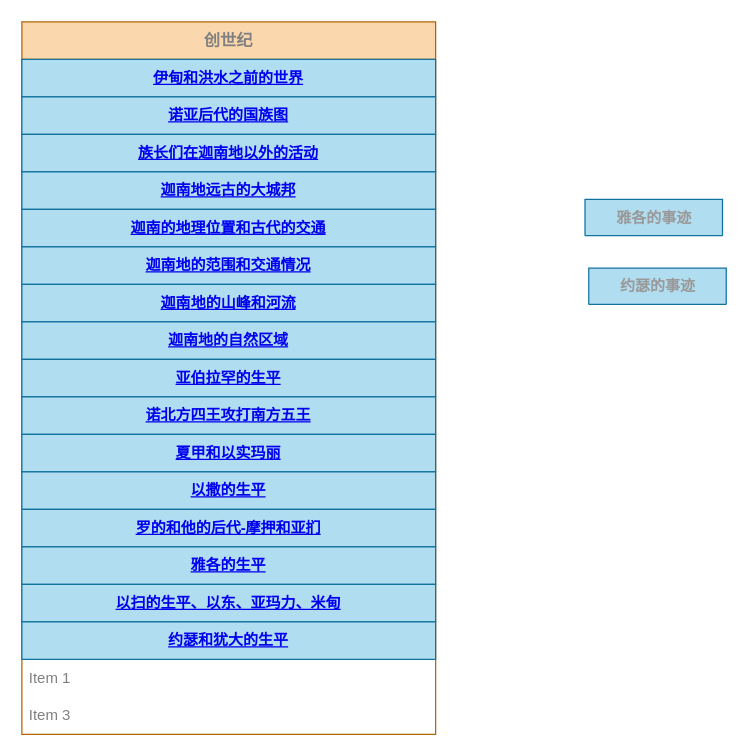
Before: page "第 2 页" (2 of 3) of bible.drawio in ljq199612/diagram, a draw.io diagram. Source tidied: cells renumbered, new cells numbered last; positions are measured from the earlier drawing's top-left corner, leaving out a move shared by most shapes. Both pictures are drawn from the tidied source at 125%, with x=0, y=0 at pixel (21, 21).
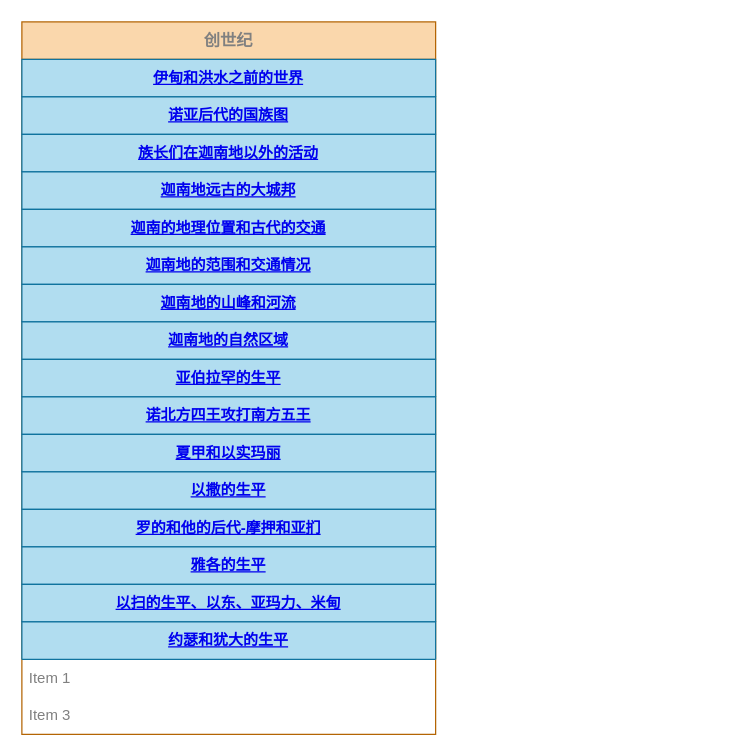
The same diagram, later.

What changed in the source:
```diff
@@
-    <mxCell id="21" value="&lt;font color=&quot;#999999&quot;&gt;雅各的事迹&lt;/font&gt;" style="swimlane;whiteSpace=wrap;html=1;fillColor=#b1ddf0;strokeColor=#10739e;swimlaneFillColor=#FFFFFF;startSize=30;shadow=0;" parent="1" vertex="1" collapsed="1">
-      <mxGeometry x="450.5" y="142" width="110" height="29" as="geometry" />
-    </mxCell>
-    <mxCell id="22" value="&lt;font color=&quot;#999999&quot;&gt;约瑟的事迹&lt;/font&gt;" style="swimlane;whiteSpace=wrap;html=1;fillColor=#b1ddf0;strokeColor=#10739e;swimlaneFillColor=#FFFFFF;startSize=30;shadow=0;" parent="1" vertex="1" collapsed="1">
-      <mxGeometry x="453.5" y="197" width="110" height="29" as="geometry" />
-    </mxCell>
```
